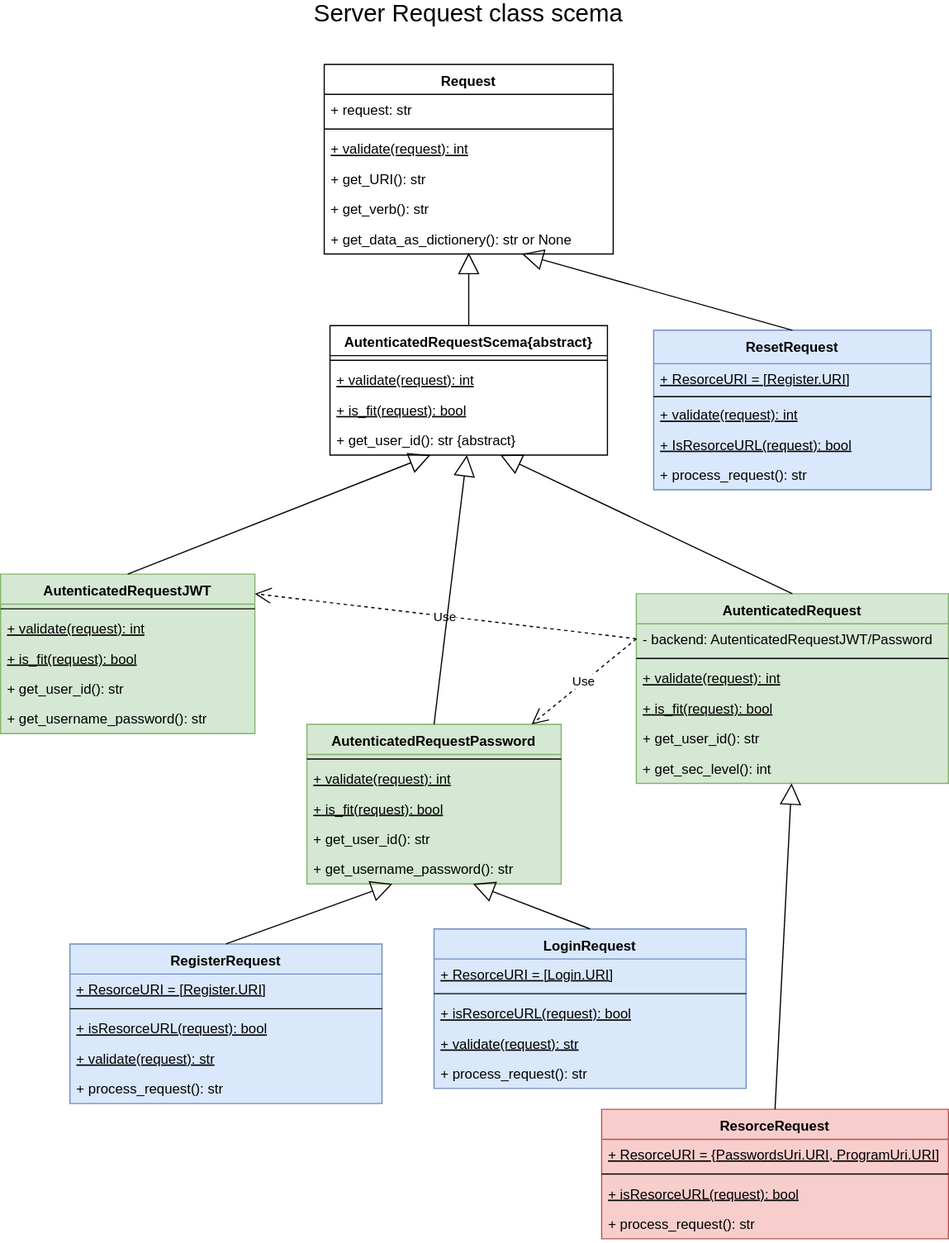
Before: Documents/server class diagram-Request.svg, a diagram exported from draw.io (adibl/password_saver). Source tidied: cells renumbered, new cells last; positions are measured from the earlier drawing's top-left corner, leaving out a move shared by most shapes.
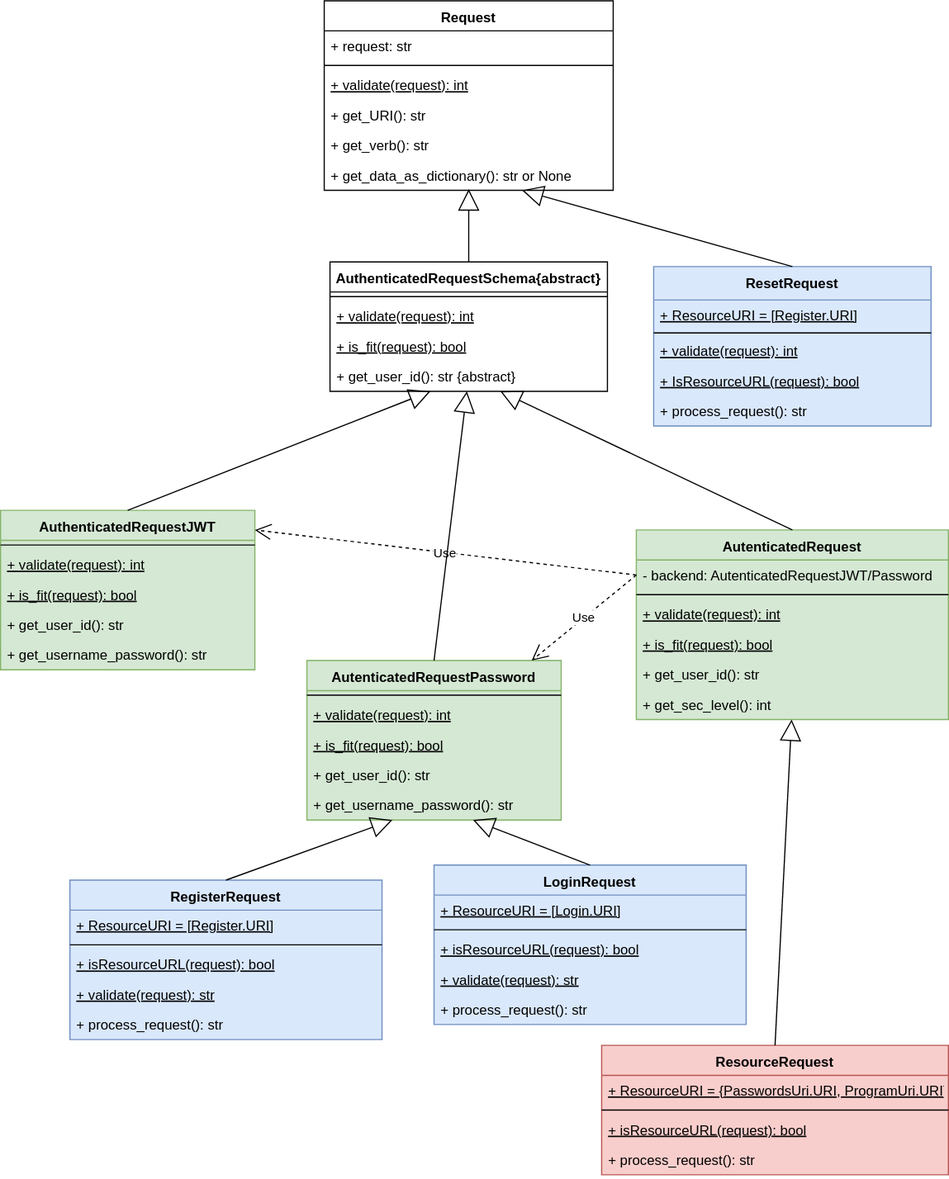
After the commit.

Change to the diagram source:
```diff
@@ -20,10 +20,10 @@
     <mxCell id="7" value="+ get_verb(): str" style="text;strokeColor=none;fillColor=none;align=left;verticalAlign=top;spacingLeft=4;spacingRight=4;overflow=hidden;" parent="2" vertex="1">
       <mxGeometry y="112" width="250" height="26" as="geometry" />
     </mxCell>
-    <mxCell id="8" value="+ get_data_as_dictionery(): str or None" style="text;strokeColor=none;fillColor=none;align=left;verticalAlign=top;spacingLeft=4;spacingRight=4;overflow=hidden;points=[[0,0.5],[1,0.5]];portConstraint=eastwest;" parent="2" vertex="1">
+    <mxCell id="8" value="+ get_data_as_dictionary(): str or None" style="text;strokeColor=none;fillColor=none;align=left;verticalAlign=top;spacingLeft=4;spacingRight=4;overflow=hidden;points=[[0,0.5],[1,0.5]];portConstraint=eastwest;" parent="2" vertex="1">
       <mxGeometry y="138" width="250" height="26" as="geometry" />
     </mxCell>
-    <mxCell id="9" value="AutenticatedRequestScema{abstract}" style="swimlane;fontStyle=1;align=center;verticalAlign=top;horizontal=1;startSize=26;" parent="1" vertex="1">
+    <mxCell id="9" value="AuthenticatedRequestSchema{abstract}" style="swimlane;fontStyle=1;align=center;verticalAlign=top;horizontal=1;startSize=26;" parent="1" vertex="1">
       <mxGeometry x="285" y="281" width="240" height="112" as="geometry" />
     </mxCell>
     <mxCell id="10" style="line;strokeWidth=1;fillColor=none;align=left;verticalAlign=middle;spacingTop=-1;spacingLeft=3;spacingRight=3;labelPosition=right;" parent="9" vertex="1">
@@ -41,7 +41,7 @@
     <mxCell id="14" value="ResetRequest" style="swimlane;fontStyle=1;align=center;verticalAlign=top;horizontal=1;startSize=29;fillColor=#DAE8FC;strokeColor=#6c8ebf;swimlaneFillColor=#DAE8FC;" parent="1" vertex="1">
       <mxGeometry x="565" y="285" width="240" height="138" as="geometry" />
     </mxCell>
-    <mxCell id="15" value="+ ResorceURI = [Register.URI]" style="text;strokeColor=none;fillColor=none;align=left;verticalAlign=top;spacingLeft=4;spacingRight=4;overflow=hidden;fontStyle=4;" parent="14" vertex="1">
+    <mxCell id="15" value="+ ResourceURI = [Register.URI]" style="text;strokeColor=none;fillColor=none;align=left;verticalAlign=top;spacingLeft=4;spacingRight=4;overflow=hidden;fontStyle=4;" parent="14" vertex="1">
       <mxGeometry y="29" width="240" height="26" as="geometry" />
     </mxCell>
     <mxCell id="16" style="line;strokeWidth=1;fillColor=none;align=left;verticalAlign=middle;spacingTop=-1;spacingLeft=3;spacingRight=3;labelPosition=right;" parent="14" vertex="1">
@@ -50,7 +50,7 @@
     <mxCell id="17" value="+ validate(request): int" style="text;strokeColor=none;fillColor=none;align=left;verticalAlign=top;spacingLeft=4;spacingRight=4;overflow=hidden;fontStyle=4;" parent="14" vertex="1">
       <mxGeometry y="60" width="240" height="26" as="geometry" />
     </mxCell>
-    <mxCell id="18" value="+ IsResorceURL(request): bool&#10;" style="text;strokeColor=none;fillColor=none;align=left;verticalAlign=top;spacingLeft=4;spacingRight=4;overflow=hidden;fontStyle=4;" parent="14" vertex="1">
+    <mxCell id="18" value="+ IsResourceURL(request): bool&#10;" style="text;strokeColor=none;fillColor=none;align=left;verticalAlign=top;spacingLeft=4;spacingRight=4;overflow=hidden;fontStyle=4;" parent="14" vertex="1">
       <mxGeometry y="86" width="240" height="26" as="geometry" />
     </mxCell>
     <mxCell id="19" value="+ process_request(): str" style="text;strokeColor=none;fillColor=none;align=left;verticalAlign=top;spacingLeft=4;spacingRight=4;overflow=hidden;" parent="14" vertex="1">
@@ -74,7 +74,7 @@
     <mxCell id="25" value="+ get_username_password(): str" style="text;strokeColor=none;fillColor=none;align=left;verticalAlign=top;spacingLeft=4;spacingRight=4;overflow=hidden;points=[[0,0.5],[1,0.5]];portConstraint=eastwest;" parent="20" vertex="1">
       <mxGeometry y="112" width="220" height="26" as="geometry" />
     </mxCell>
-    <mxCell id="26" value="AutenticatedRequestJWT" style="swimlane;fontStyle=1;align=center;verticalAlign=top;horizontal=1;startSize=26;fillColor=#D5E8D4;strokeColor=#82b366;swimlaneFillColor=#D5E8D4;" parent="1" vertex="1">
+    <mxCell id="26" value="AuthenticatedRequestJWT" style="swimlane;fontStyle=1;align=center;verticalAlign=top;horizontal=1;startSize=26;fillColor=#D5E8D4;strokeColor=#82b366;swimlaneFillColor=#D5E8D4;" parent="1" vertex="1">
       <mxGeometry y="496" width="220" height="138" as="geometry" />
     </mxCell>
     <mxCell id="27" style="line;strokeWidth=1;fillColor=none;align=left;verticalAlign=middle;spacingTop=-1;spacingLeft=3;spacingRight=3;labelPosition=right;" parent="26" vertex="1">
@@ -116,16 +116,16 @@
     <mxCell id="39" value="+ get_sec_level(): int" style="text;strokeColor=none;fillColor=none;align=left;verticalAlign=top;spacingLeft=4;spacingRight=4;overflow=hidden;points=[[0,0.5],[1,0.5]];portConstraint=eastwest;" parent="33" vertex="1">
       <mxGeometry y="138" width="270" height="26" as="geometry" />
     </mxCell>
-    <mxCell id="40" value="ResorceRequest" style="swimlane;fontStyle=1;align=center;verticalAlign=top;horizontal=1;startSize=26;fillColor=#F8CECC;strokeColor=#b85450;swimlaneFillColor=#F8CECC;" parent="1" vertex="1">
+    <mxCell id="40" value="ResourceRequest" style="swimlane;fontStyle=1;align=center;verticalAlign=top;horizontal=1;startSize=26;fillColor=#F8CECC;strokeColor=#b85450;swimlaneFillColor=#F8CECC;" parent="1" vertex="1">
       <mxGeometry x="520" y="959" width="300" height="112" as="geometry" />
     </mxCell>
-    <mxCell id="41" value="+ ResorceURI = {PasswordsUri.URI, ProgramUri.URI]&#10;" style="text;strokeColor=none;fillColor=none;align=left;verticalAlign=top;spacingLeft=4;spacingRight=4;overflow=hidden;fontStyle=4;" parent="40" vertex="1">
+    <mxCell id="41" value="+ ResourceURI = {PasswordsUri.URI, ProgramUri.URI]&#10;" style="text;strokeColor=none;fillColor=none;align=left;verticalAlign=top;spacingLeft=4;spacingRight=4;overflow=hidden;fontStyle=4;" parent="40" vertex="1">
       <mxGeometry y="26" width="300" height="26" as="geometry" />
     </mxCell>
     <mxCell id="42" style="line;strokeWidth=1;fillColor=none;align=left;verticalAlign=middle;spacingTop=-1;spacingLeft=3;spacingRight=3;labelPosition=right;" parent="40" vertex="1">
       <mxGeometry y="52" width="300" height="8" as="geometry" />
     </mxCell>
-    <mxCell id="43" value="+ isResorceURL(request): bool" style="text;strokeColor=none;fillColor=none;align=left;verticalAlign=top;spacingLeft=4;spacingRight=4;overflow=hidden;fontStyle=4;" parent="40" vertex="1">
+    <mxCell id="43" value="+ isResourceURL(request): bool" style="text;strokeColor=none;fillColor=none;align=left;verticalAlign=top;spacingLeft=4;spacingRight=4;overflow=hidden;fontStyle=4;" parent="40" vertex="1">
       <mxGeometry y="60" width="300" height="26" as="geometry" />
     </mxCell>
     <mxCell id="44" value="+ process_request(): str" style="text;strokeColor=none;fillColor=none;align=left;verticalAlign=top;spacingLeft=4;spacingRight=4;overflow=hidden;" parent="40" vertex="1">
@@ -134,13 +134,13 @@
     <mxCell id="45" value="RegisterRequest" style="swimlane;fontStyle=1;align=center;verticalAlign=top;horizontal=1;startSize=26;fillColor=#dae8fc;strokeColor=#6c8ebf;swimlaneFillColor=#DAE8FC;" parent="1" vertex="1">
       <mxGeometry x="60" y="816" width="270" height="138" as="geometry" />
     </mxCell>
-    <mxCell id="46" value="+ ResorceURI = [Register.URI]" style="text;strokeColor=none;fillColor=none;align=left;verticalAlign=top;spacingLeft=4;spacingRight=4;overflow=hidden;fontStyle=4;" parent="45" vertex="1">
+    <mxCell id="46" value="+ ResourceURI = [Register.URI]" style="text;strokeColor=none;fillColor=none;align=left;verticalAlign=top;spacingLeft=4;spacingRight=4;overflow=hidden;fontStyle=4;" parent="45" vertex="1">
       <mxGeometry y="26" width="270" height="26" as="geometry" />
     </mxCell>
     <mxCell id="47" style="line;strokeWidth=1;fillColor=none;align=left;verticalAlign=middle;spacingTop=-1;spacingLeft=3;spacingRight=3;labelPosition=right;" parent="45" vertex="1">
       <mxGeometry y="52" width="270" height="8" as="geometry" />
     </mxCell>
-    <mxCell id="48" value="+ isResorceURL(request): bool" style="text;strokeColor=none;fillColor=none;align=left;verticalAlign=top;spacingLeft=4;spacingRight=4;overflow=hidden;fontStyle=4;" parent="45" vertex="1">
+    <mxCell id="48" value="+ isResourceURL(request): bool" style="text;strokeColor=none;fillColor=none;align=left;verticalAlign=top;spacingLeft=4;spacingRight=4;overflow=hidden;fontStyle=4;" parent="45" vertex="1">
       <mxGeometry y="60" width="270" height="26" as="geometry" />
     </mxCell>
     <mxCell id="49" value="+ validate(request): str" style="text;strokeColor=none;fillColor=none;align=left;verticalAlign=top;spacingLeft=4;spacingRight=4;overflow=hidden;fontStyle=4;" parent="45" vertex="1">
@@ -152,13 +152,13 @@
     <mxCell id="51" value="LoginRequest" style="swimlane;fontStyle=1;align=center;verticalAlign=top;horizontal=1;startSize=26;fillColor=#dae8fc;strokeColor=#6c8ebf;swimlaneFillColor=#DAE8FC;" parent="1" vertex="1">
       <mxGeometry x="375" y="803" width="270" height="138" as="geometry" />
     </mxCell>
-    <mxCell id="52" value="+ ResorceURI = [Login.URI]" style="text;strokeColor=none;fillColor=none;align=left;verticalAlign=top;spacingLeft=4;spacingRight=4;overflow=hidden;fontStyle=4;" parent="51" vertex="1">
+    <mxCell id="52" value="+ ResourceURI = [Login.URI]" style="text;strokeColor=none;fillColor=none;align=left;verticalAlign=top;spacingLeft=4;spacingRight=4;overflow=hidden;fontStyle=4;" parent="51" vertex="1">
       <mxGeometry y="26" width="270" height="26" as="geometry" />
     </mxCell>
     <mxCell id="53" style="line;strokeWidth=1;fillColor=none;align=left;verticalAlign=middle;spacingTop=-1;spacingLeft=3;spacingRight=3;labelPosition=right;" parent="51" vertex="1">
       <mxGeometry y="52" width="270" height="8" as="geometry" />
     </mxCell>
-    <mxCell id="54" value="+ isResorceURL(request): bool" style="text;strokeColor=none;fillColor=none;align=left;verticalAlign=top;spacingLeft=4;spacingRight=4;overflow=hidden;fontStyle=4;" parent="51" vertex="1">
+    <mxCell id="54" value="+ isResourceURL(request): bool" style="text;strokeColor=none;fillColor=none;align=left;verticalAlign=top;spacingLeft=4;spacingRight=4;overflow=hidden;fontStyle=4;" parent="51" vertex="1">
       <mxGeometry y="60" width="270" height="26" as="geometry" />
     </mxCell>
     <mxCell id="55" value="+ validate(request): str" style="text;strokeColor=none;fillColor=none;align=left;verticalAlign=top;spacingLeft=4;spacingRight=4;overflow=hidden;fontStyle=4;" parent="51" vertex="1">
@@ -185,9 +185,6 @@
     <mxCell id="62" style="endArrow=block;endSize=16;endFill=0;html=1;exitX=0.5;exitY=0;exitDx=0;exitDy=0;" parent="1" edge="1" source="14" target="8">
       <mxGeometry x="-0.03" y="16" relative="1" as="geometry" />
     </mxCell>
-    <mxCell id="63" value="Server Request class scema" style="text;strokeColor=none;fillColor=none;align=center;verticalAlign=middle;rounded=0;fontSize=21;" parent="1" vertex="1">
-      <mxGeometry x="205" width="400" height="20" as="geometry" />
-    </mxCell>
     <mxCell id="64" value="Use" style="endArrow=open;endSize=12;dashed=1;html=1;exitX=0;exitY=0.5;exitDx=0;exitDy=0;entryX=1;entryY=0.123;entryDx=0;entryDy=0;entryPerimeter=0;" parent="1" edge="1" source="34" target="26">
       <mxGeometry relative="1" as="geometry" />
     </mxCell>
```
